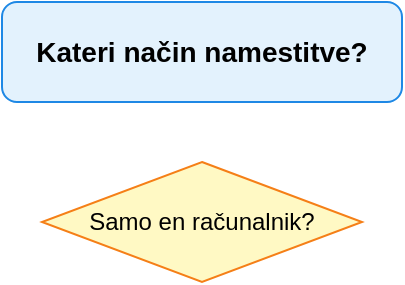
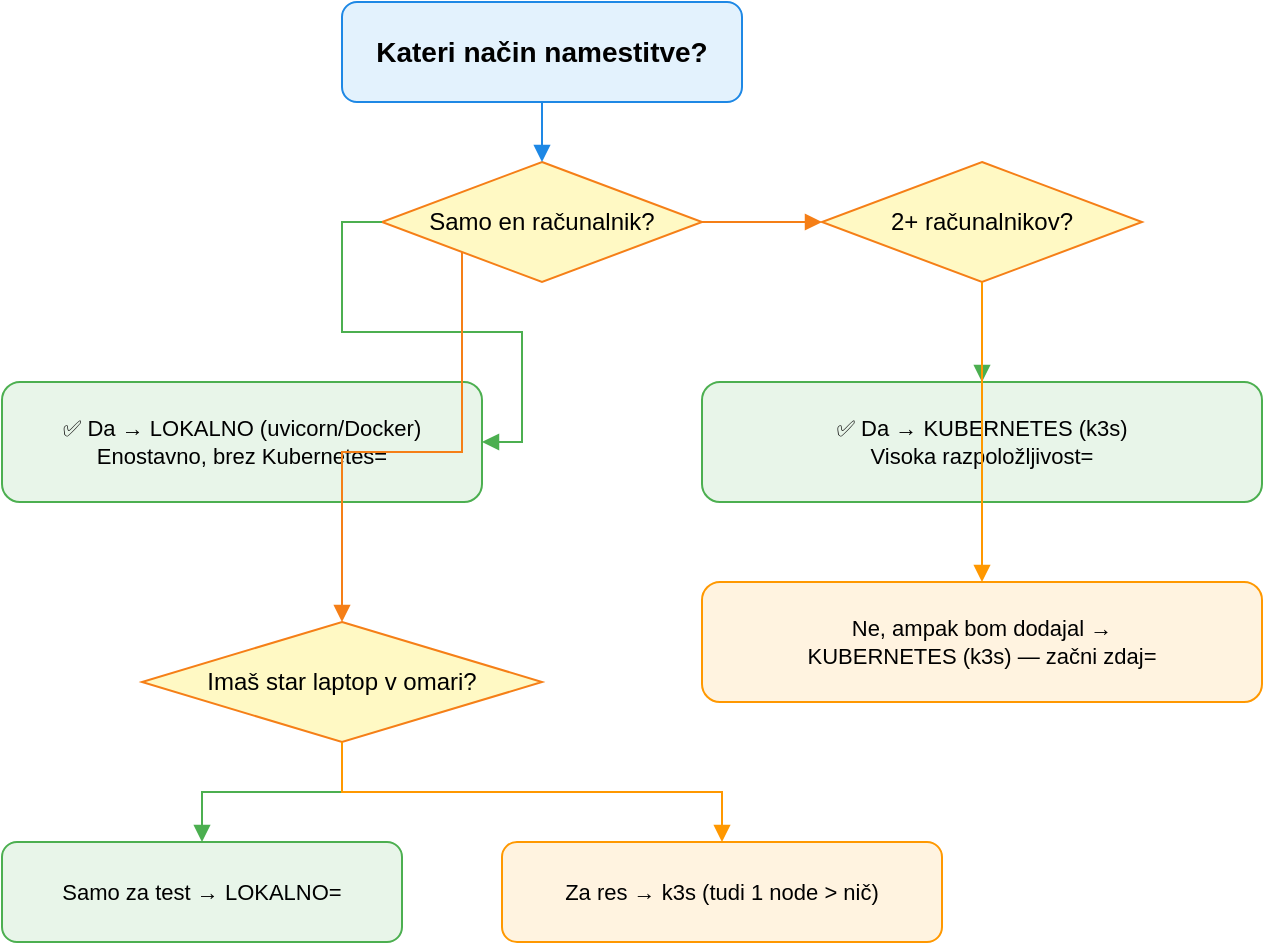
<?xml version="1.0" encoding="UTF-8"?>
- <mxfile host="app.diagrams.net" agent="Hermes Agent" version="24.2.5">
+ <mxfile host="app.diagrams.net" agent="Hermes Agent=" version="24.2.5">
  <diagram name="odlocitveni-vodic" id="diagram-odlocitveni-vodic.drawio">
    <mxGraphModel dx="1000" dy="600" grid="1" gridSize="10" guides="1" tooltips="1" connect="1" arrows="1" fold="1" page="1" pageScale="1" pageWidth="827" pageHeight="1169" math="0" shadow="0">
      <root>
        <mxCell id="0" />
        <mxCell id="1" parent="0" />
        <mxCell id="d7-1" value="Kateri način namestitve?" style="rounded=1;whiteSpace=wrap;html=1;fillColor=#E3F2FD;strokeColor=#1E88E5;fontSize=14;fontStyle=1;" vertex="1" parent="1">
          <mxGeometry x="200" y="10" width="200" height="50" as="geometry" />
        </mxCell>
        <mxCell id="d7-2" value="Samo en računalnik?" style="rhombus;whiteSpace=wrap;html=1;fillColor=#FFF9C4;strokeColor=#F57F17;fontSize=12;" vertex="1" parent="1">
          <mxGeometry x="220" y="90" width="160" height="60" as="geometry" />
        </mxCell>
-         <mxCell id="d7-3" value="✅ Da → LOKALNO (uvicorn/Docker)<br>Enostavno, brez Kubernetes" style="rounded=1;whiteSpace=wrap;html=1;fillColor=#E8F5E9;strokeColor=#4CAF50;fontSize=11;" vertex="1" parent="1">
+         <mxCell id="d7-3" value="✅ Da → LOKALNO (uvicorn/Docker)&#xa;Enostavno, brez Kubernetes=" style="rounded=1;whiteSpace=wrap;html=1;fillColor=#E8F5E9;strokeColor=#4CAF50;fontSize=11;" vertex="1" parent="1">
          <mxGeometry x="30" y="200" width="240" height="60" as="geometry" />
        </mxCell>
        <mxCell id="d7-4" value="2+ računalnikov?" style="rhombus;whiteSpace=wrap;html=1;fillColor=#FFF9C4;strokeColor=#F57F17;fontSize=12;" vertex="1" parent="1">
          <mxGeometry x="440" y="90" width="160" height="60" as="geometry" />
        </mxCell>
-         <mxCell id="d7-5" value="✅ Da → KUBERNETES (k3s)<br>Visoka razpoložljivost" style="rounded=1;whiteSpace=wrap;html=1;fillColor=#E8F5E9;strokeColor=#4CAF50;fontSize=11;" vertex="1" parent="1">
+         <mxCell id="d7-5" value="✅ Da → KUBERNETES (k3s)&#xa;Visoka razpoložljivost=" style="rounded=1;whiteSpace=wrap;html=1;fillColor=#E8F5E9;strokeColor=#4CAF50;fontSize=11;" vertex="1" parent="1">
          <mxGeometry x="380" y="200" width="280" height="60" as="geometry" />
        </mxCell>
-         <mxCell id="d7-6" value="Ne, ampak bom dodajal →<br>KUBERNETES (k3s) — začni zdaj" style="rounded=1;whiteSpace=wrap;html=1;fillColor=#FFF3E0;strokeColor=#FF9800;fontSize=11;" vertex="1" parent="1">
+         <mxCell id="d7-6" value="Ne, ampak bom dodajal →&#xa;KUBERNETES (k3s) — začni zdaj=" style="rounded=1;whiteSpace=wrap;html=1;fillColor=#FFF3E0;strokeColor=#FF9800;fontSize=11;" vertex="1" parent="1">
          <mxGeometry x="380" y="300" width="280" height="60" as="geometry" />
        </mxCell>
        <mxCell id="d7-7" value="Imaš star laptop v omari?" style="rhombus;whiteSpace=wrap;html=1;fillColor=#FFF9C4;strokeColor=#F57F17;fontSize=12;" vertex="1" parent="1">
          <mxGeometry x="100" y="320" width="200" height="60" as="geometry" />
        </mxCell>
-         <mxCell id="d7-8" value="Samo za test → LOKALNO" style="rounded=1;whiteSpace=wrap;html=1;fillColor=#E8F5E9;strokeColor=#4CAF50;fontSize=11;" vertex="1" parent="1">
+         <mxCell id="d7-8" value="Samo za test → LOKALNO=" style="rounded=1;whiteSpace=wrap;html=1;fillColor=#E8F5E9;strokeColor=#4CAF50;fontSize=11;" vertex="1" parent="1">
          <mxGeometry x="30" y="430" width="200" height="50" as="geometry" />
        </mxCell>
-         <mxCell id="d7-9" value="Za res → k3s (tudi 1 node > nič)" style="rounded=1;whiteSpace=wrap;html=1;fillColor=#FFF3E0;strokeColor=#FF9800;fontSize=11;" vertex="1" parent="1">
+         <mxCell id="d7-9" value="Za res → k3s (tudi 1 node &gt; nič)" style="rounded=1;whiteSpace=wrap;html=1;fillColor=#FFF3E0;strokeColor=#FF9800;fontSize=11;" vertex="1" parent="1">
          <mxGeometry x="280" y="430" width="220" height="50" as="geometry" />
        </mxCell>
        <mxCell id="d7-e1" style="edgeStyle=orthogonalEdgeStyle;rounded=0;orthogonalLoop=1;jettySize=auto;html=1;endArrow=block;strokeColor=#1E88E5;" edge="1" parent="1" source="d7-1" target="d7-2">
          <mxGeometry relative="1" as="geometry" />
        </mxCell>
        <mxCell id="d7-e2" style="edgeStyle=orthogonalEdgeStyle;rounded=0;orthogonalLoop=1;jettySize=auto;html=1;endArrow=block;strokeColor=#4CAF50;exitX=0;exitY=0.5;entryX=1;entryY=0.5;" edge="1" parent="1" source="d7-2" target="d7-3">
          <mxGeometry relative="1" as="geometry" />
        </mxCell>
        <mxCell id="d7-e3" style="edgeStyle=orthogonalEdgeStyle;rounded=0;orthogonalLoop=1;jettySize=auto;html=1;endArrow=block;strokeColor=#F57F17;" edge="1" parent="1" source="d7-2" target="d7-4">
          <mxGeometry relative="1" as="geometry" />
        </mxCell>
        <mxCell id="d7-e4" style="edgeStyle=orthogonalEdgeStyle;rounded=0;orthogonalLoop=1;jettySize=auto;html=1;endArrow=block;strokeColor=#4CAF50;" edge="1" parent="1" source="d7-4" target="d7-5">
          <mxGeometry relative="1" as="geometry" />
        </mxCell>
        <mxCell id="d7-e5" style="edgeStyle=orthogonalEdgeStyle;rounded=0;orthogonalLoop=1;jettySize=auto;html=1;endArrow=block;strokeColor=#FF9800;" edge="1" parent="1" source="d7-4" target="d7-6">
          <mxGeometry relative="1" as="geometry" />
        </mxCell>
        <mxCell id="d7-e6" style="edgeStyle=orthogonalEdgeStyle;rounded=0;orthogonalLoop=1;jettySize=auto;html=1;endArrow=block;strokeColor=#F57F17;exitX=0;exitY=1;" edge="1" parent="1" source="d7-2" target="d7-7">
          <mxGeometry relative="1" as="geometry" />
        </mxCell>
        <mxCell id="d7-e7" style="edgeStyle=orthogonalEdgeStyle;rounded=0;orthogonalLoop=1;jettySize=auto;html=1;endArrow=block;strokeColor=#4CAF50;" edge="1" parent="1" source="d7-7" target="d7-8">
          <mxGeometry relative="1" as="geometry" />
        </mxCell>
        <mxCell id="d7-e8" style="edgeStyle=orthogonalEdgeStyle;rounded=0;orthogonalLoop=1;jettySize=auto;html=1;endArrow=block;strokeColor=#FF9800;" edge="1" parent="1" source="d7-7" target="d7-9">
          <mxGeometry relative="1" as="geometry" />
        </mxCell>
      </root>
    </mxGraphModel>
  </diagram>
</mxfile>